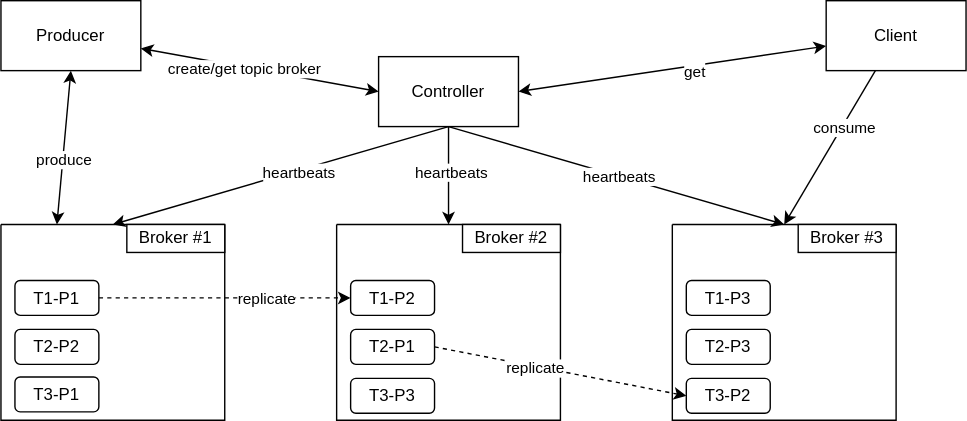
Before: docs/architecture.drawio.svg, a diagram exported from draw.io (cswpy/kueue). Source tidied: cells renumbered, new cells last; positions are measured from the earlier drawing's top-left corner, leaving out a move shared by most shapes.
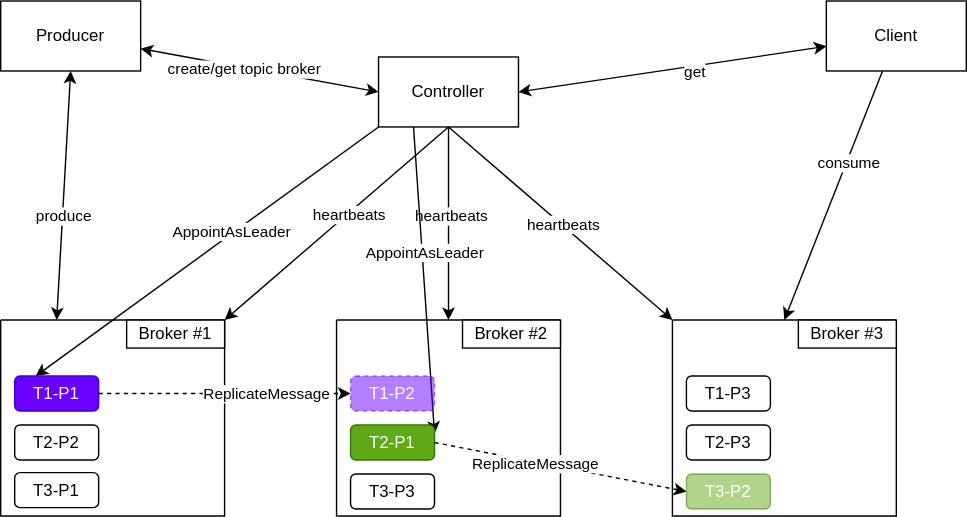
Later version of the same file.

Change to the diagram source:
```diff
@@ -2,7 +2,7 @@
   <root>
     <mxCell id="0" />
     <mxCell id="1" parent="0" />
-    <mxCell id="2" style="edgeStyle=none;html=1;exitX=0.5;exitY=1;exitDx=0;exitDy=0;entryX=0.5;entryY=0;entryDx=0;entryDy=0;" parent="1" edge="1" source="8" target="9">
+    <mxCell id="2" style="edgeStyle=none;html=1;exitX=0.5;exitY=1;exitDx=0;exitDy=0;entryX=1;entryY=0;entryDx=0;entryDy=0;" parent="1" edge="1" source="8" target="10">
       <mxGeometry relative="1" as="geometry" />
     </mxCell>
     <mxCell id="3" value="heartbeats" style="edgeLabel;html=1;align=center;verticalAlign=middle;" parent="2" vertex="1">
@@ -14,7 +14,7 @@
     <mxCell id="5" value="heartbeats" style="edgeLabel;html=1;align=center;verticalAlign=middle;" parent="4" vertex="1">
       <mxGeometry x="-0.09" y="1" relative="1" as="geometry" />
     </mxCell>
-    <mxCell id="6" style="edgeStyle=none;html=1;exitX=0.5;exitY=1;exitDx=0;exitDy=0;entryX=0.5;entryY=0;entryDx=0;entryDy=0;" parent="1" edge="1" source="8" target="19">
+    <mxCell id="6" style="edgeStyle=none;html=1;exitX=0.5;exitY=1;exitDx=0;exitDy=0;entryX=0;entryY=0;entryDx=0;entryDy=0;" parent="1" edge="1" source="8" target="19">
       <mxGeometry relative="1" as="geometry" />
     </mxCell>
     <mxCell id="7" value="heartbeats" style="edgeLabel;html=1;align=center;verticalAlign=middle;" parent="6" vertex="1">
@@ -22,16 +22,28 @@
         <mxPoint x="1" as="offset" />
       </mxGeometry>
     </mxCell>
+    <mxCell id="38" style="edgeStyle=none;html=1;exitX=0;exitY=1;exitDx=0;exitDy=0;entryX=0.25;entryY=0;entryDx=0;entryDy=0;" parent="1" edge="1" source="8" target="11">
+      <mxGeometry relative="1" as="geometry" />
+    </mxCell>
+    <mxCell id="39" value="AppointAsLeader" style="edgeLabel;html=1;align=center;verticalAlign=middle;" parent="38" vertex="1">
+      <mxGeometry x="-0.15" y="-2" relative="1" as="geometry" />
+    </mxCell>
+    <mxCell id="40" style="edgeStyle=none;html=1;exitX=0.25;exitY=1;exitDx=0;exitDy=0;entryX=1;entryY=0.25;entryDx=0;entryDy=0;" parent="1" edge="1" source="8" target="17">
+      <mxGeometry relative="1" as="geometry" />
+    </mxCell>
+    <mxCell id="41" value="AppointAsLeader" style="edgeLabel;html=1;align=center;verticalAlign=middle;" parent="40" vertex="1">
+      <mxGeometry x="-0.18" y="1" relative="1" as="geometry" />
+    </mxCell>
     <mxCell id="8" value="Controller" style="rounded=0;whiteSpace=wrap;html=1;" parent="1" vertex="1">
       <mxGeometry x="270" y="40" width="100" height="50" as="geometry" />
     </mxCell>
     <mxCell id="9" style="swimlane;startSize=0;" parent="1" vertex="1">
-      <mxGeometry y="160" width="160" height="140" as="geometry" />
+      <mxGeometry y="228" width="160" height="140" as="geometry" />
     </mxCell>
     <mxCell id="10" value="Broker #1" style="rounded=0;whiteSpace=wrap;html=1;" parent="9" vertex="1">
       <mxGeometry x="90" width="70" height="20" as="geometry" />
     </mxCell>
-    <mxCell id="11" value="T1-P1" style="rounded=1;whiteSpace=wrap;html=1;" parent="9" vertex="1">
+    <mxCell id="11" value="T1-P1" style="rounded=1;whiteSpace=wrap;html=1;fillColor=#6a00ff;fontColor=#ffffff;strokeColor=#3700CC;" parent="9" vertex="1">
       <mxGeometry x="10" y="40" width="60" height="25" as="geometry" />
     </mxCell>
     <mxCell id="12" value="T2-P2" style="rounded=1;whiteSpace=wrap;html=1;" parent="9" vertex="1">
@@ -41,22 +53,22 @@
       <mxGeometry x="10" y="109" width="60" height="25" as="geometry" />
     </mxCell>
     <mxCell id="14" style="swimlane;startSize=0;" parent="1" vertex="1">
-      <mxGeometry x="240" y="160" width="160" height="140" as="geometry" />
+      <mxGeometry x="240" y="228" width="160" height="140" as="geometry" />
     </mxCell>
     <mxCell id="15" value="Broker #2" style="rounded=0;whiteSpace=wrap;html=1;" parent="14" vertex="1">
       <mxGeometry x="90" width="70" height="20" as="geometry" />
     </mxCell>
-    <mxCell id="16" value="T1-P2" style="rounded=1;whiteSpace=wrap;html=1;" parent="14" vertex="1">
+    <mxCell id="16" value="T1-P2" style="rounded=1;whiteSpace=wrap;html=1;fillColor=#6a00ff;fontColor=#ffffff;strokeColor=#3700CC;gradientColor=none;dashed=1;opacity=50;" parent="14" vertex="1">
       <mxGeometry x="10" y="40" width="60" height="25" as="geometry" />
     </mxCell>
-    <mxCell id="17" value="T2-P1" style="rounded=1;whiteSpace=wrap;html=1;" parent="14" vertex="1">
+    <mxCell id="17" value="T2-P1" style="rounded=1;whiteSpace=wrap;html=1;fillColor=#60a917;fontColor=#ffffff;strokeColor=#2D7600;" parent="14" vertex="1">
       <mxGeometry x="10" y="75" width="60" height="25" as="geometry" />
     </mxCell>
     <mxCell id="18" value="T3-P3" style="rounded=1;whiteSpace=wrap;html=1;" parent="14" vertex="1">
       <mxGeometry x="10" y="110" width="60" height="25" as="geometry" />
     </mxCell>
     <mxCell id="19" style="swimlane;startSize=0;" parent="1" vertex="1">
-      <mxGeometry x="480" y="160" width="160" height="140" as="geometry" />
+      <mxGeometry x="480" y="228" width="160" height="140" as="geometry" />
     </mxCell>
     <mxCell id="20" value="Broker #3" style="rounded=0;whiteSpace=wrap;html=1;" parent="19" vertex="1">
       <mxGeometry x="90" width="70" height="20" as="geometry" />
@@ -67,7 +79,7 @@
     <mxCell id="22" value="T2-P3" style="rounded=1;whiteSpace=wrap;html=1;" parent="19" vertex="1">
       <mxGeometry x="10" y="75" width="60" height="25" as="geometry" />
     </mxCell>
-    <mxCell id="23" value="T3-P2" style="rounded=1;whiteSpace=wrap;html=1;" parent="19" vertex="1">
+    <mxCell id="23" value="T3-P2" style="rounded=1;whiteSpace=wrap;html=1;fillColor=#60a917;fontColor=#ffffff;strokeColor=#2D7600;opacity=50;" parent="19" vertex="1">
       <mxGeometry x="10" y="110" width="60" height="25" as="geometry" />
     </mxCell>
     <mxCell id="24" style="edgeStyle=none;html=1;entryX=0;entryY=0.5;entryDx=0;entryDy=0;startArrow=classic;startFill=1;" parent="1" edge="1" source="28" target="8">
@@ -103,7 +115,7 @@
     <mxCell id="34" style="edgeStyle=none;html=1;exitX=1;exitY=0.5;exitDx=0;exitDy=0;entryX=0;entryY=0.5;entryDx=0;entryDy=0;startArrow=none;startFill=0;dashed=1;" parent="1" edge="1" source="11" target="16">
       <mxGeometry relative="1" as="geometry" />
     </mxCell>
-    <mxCell id="35" value="replicate" style="edgeLabel;html=1;align=center;verticalAlign=middle;" parent="34" vertex="1">
+    <mxCell id="35" value="ReplicateMessage" style="edgeLabel;html=1;align=center;verticalAlign=middle;" parent="34" vertex="1">
       <mxGeometry x="0.32" y="-1" relative="1" as="geometry">
         <mxPoint y="-1" as="offset" />
       </mxGeometry>
@@ -111,7 +123,7 @@
     <mxCell id="36" style="edgeStyle=none;html=1;exitX=1;exitY=0.5;exitDx=0;exitDy=0;entryX=0;entryY=0.5;entryDx=0;entryDy=0;dashed=1;startArrow=none;startFill=0;" parent="1" edge="1" source="17" target="23">
       <mxGeometry relative="1" as="geometry" />
     </mxCell>
-    <mxCell id="37" value="replicate" style="edgeLabel;html=1;align=center;verticalAlign=middle;" parent="36" vertex="1">
+    <mxCell id="37" value="ReplicateMessage" style="edgeLabel;html=1;align=center;verticalAlign=middle;" parent="36" vertex="1">
       <mxGeometry x="-0.2" y="-1" relative="1" as="geometry" />
     </mxCell>
   </root>
```
